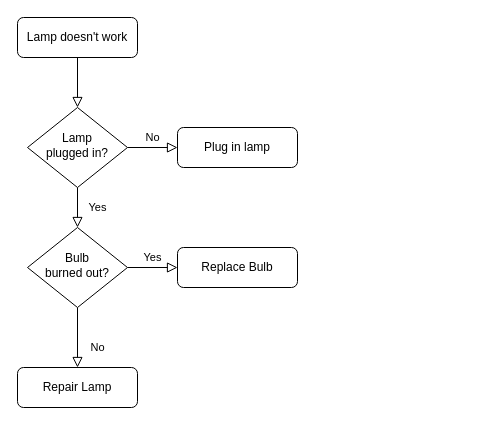
This is Untitled Diagram.drawio from AndreTooGood/shh-dont-touch, a draw.io file, before an edit. Source tidied: cells renumbered, new cells numbered last; positions are measured from the earlier drawing's top-left corner, leaving out a move shared by most shapes. Both pictures are drawn from the tidied source at 100%, with x=0, y=0 at pixel (17, 17).
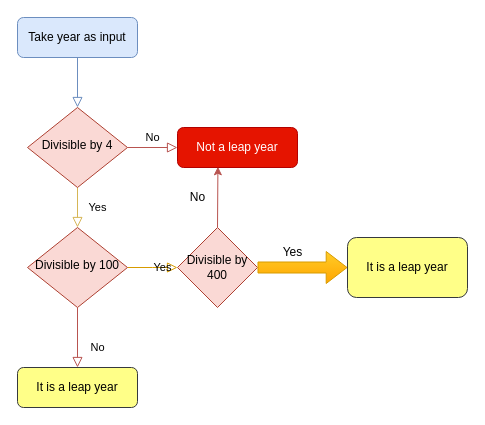
Above is the later version.

Change to the diagram source:
```diff
@@
 <mxGraphModel>
   <root>
     <mxCell id="0" />
     <mxCell id="1" parent="0" />
-    <mxCell id="2" style="rounded=0;html=1;jettySize=auto;fontSize=11;endArrow=block;endFill=0;endSize=8;strokeWidth=1;shadow=0;labelBackgroundColor=none;edgeStyle=orthogonalEdgeStyle;" parent="1" edge="1" source="3" target="6">
+    <mxCell id="2" style="rounded=0;html=1;jettySize=auto;fontSize=11;endArrow=block;endFill=0;endSize=8;strokeWidth=1;shadow=0;labelBackgroundColor=none;edgeStyle=orthogonalEdgeStyle;fillColor=#dae8fc;gradientColor=#7ea6e0;strokeColor=#6c8ebf;" parent="1" edge="1" source="3" target="6">
       <mxGeometry relative="1" as="geometry" />
     </mxCell>
-    <mxCell id="3" value="Lamp doesn't work" style="rounded=1;whiteSpace=wrap;html=1;fontSize=12;glass=0;strokeWidth=1;shadow=0;" parent="1" vertex="1">
+    <mxCell id="3" value="Take year as input" style="rounded=1;whiteSpace=wrap;html=1;fontSize=12;glass=0;strokeWidth=1;shadow=0;fillColor=#dae8fc;strokeColor=#6c8ebf;" parent="1" vertex="1">
       <mxGeometry width="120" height="40" as="geometry" />
     </mxCell>
-    <mxCell id="4" value="Yes" style="rounded=0;html=1;jettySize=auto;fontSize=11;endArrow=block;endFill=0;endSize=8;strokeWidth=1;shadow=0;labelBackgroundColor=none;edgeStyle=orthogonalEdgeStyle;" parent="1" edge="1" source="6" target="10">
+    <mxCell id="4" value="Yes" style="rounded=0;html=1;jettySize=auto;fontSize=11;endArrow=block;endFill=0;endSize=8;strokeWidth=1;shadow=0;labelBackgroundColor=none;edgeStyle=orthogonalEdgeStyle;fillColor=#fff2cc;gradientColor=#ffd966;strokeColor=#d6b656;" parent="1" edge="1" source="6" target="10">
       <mxGeometry y="20" relative="1" as="geometry" />
     </mxCell>
-    <mxCell id="5" value="No" style="edgeStyle=orthogonalEdgeStyle;rounded=0;html=1;jettySize=auto;fontSize=11;endArrow=block;endFill=0;endSize=8;strokeWidth=1;shadow=0;labelBackgroundColor=none;" parent="1" edge="1" source="6" target="7">
+    <mxCell id="5" value="No" style="edgeStyle=orthogonalEdgeStyle;rounded=0;html=1;jettySize=auto;fontSize=11;endArrow=block;endFill=0;endSize=8;strokeWidth=1;shadow=0;labelBackgroundColor=none;fillColor=#f8cecc;gradientColor=#ea6b66;strokeColor=#b85450;" parent="1" edge="1" source="6" target="7">
       <mxGeometry y="10" relative="1" as="geometry" />
     </mxCell>
-    <mxCell id="6" value="Lamp&lt;br&gt;plugged in?" style="rhombus;whiteSpace=wrap;html=1;shadow=0;fontFamily=Helvetica;fontSize=12;align=center;strokeWidth=1;spacing=6;spacingTop=-4;" parent="1" vertex="1">
+    <mxCell id="6" value="Divisible by 4" style="rhombus;whiteSpace=wrap;html=1;shadow=0;fontFamily=Helvetica;fontSize=12;align=center;strokeWidth=1;spacing=6;spacingTop=-4;fillColor=#fad9d5;strokeColor=#ae4132;" parent="1" vertex="1">
       <mxGeometry x="10" y="90" width="100" height="80" as="geometry" />
     </mxCell>
-    <mxCell id="7" value="Plug in lamp" style="rounded=1;whiteSpace=wrap;html=1;fontSize=12;glass=0;strokeWidth=1;shadow=0;" parent="1" vertex="1">
+    <mxCell id="7" value="Not a leap year" style="rounded=1;whiteSpace=wrap;html=1;fontSize=12;glass=0;strokeWidth=1;shadow=0;fillColor=#e51400;strokeColor=#B20000;fontColor=#ffffff;" parent="1" vertex="1">
       <mxGeometry x="160" y="110" width="120" height="40" as="geometry" />
     </mxCell>
-    <mxCell id="8" value="No" style="rounded=0;html=1;jettySize=auto;fontSize=11;endArrow=block;endFill=0;endSize=8;strokeWidth=1;shadow=0;labelBackgroundColor=none;edgeStyle=orthogonalEdgeStyle;" parent="1" edge="1" source="10" target="11">
+    <mxCell id="8" value="No" style="rounded=0;html=1;jettySize=auto;fontSize=11;endArrow=block;endFill=0;endSize=8;strokeWidth=1;shadow=0;labelBackgroundColor=none;edgeStyle=orthogonalEdgeStyle;fillColor=#f8cecc;gradientColor=#ea6b66;strokeColor=#b85450;" parent="1" edge="1" source="10" target="11">
       <mxGeometry x="0.33" y="20" relative="1" as="geometry" />
     </mxCell>
-    <mxCell id="9" value="Yes" style="edgeStyle=orthogonalEdgeStyle;rounded=0;html=1;jettySize=auto;fontSize=11;endArrow=block;endFill=0;endSize=8;strokeWidth=1;shadow=0;labelBackgroundColor=none;" parent="1" edge="1" source="10" target="12">
-      <mxGeometry y="10" relative="1" as="geometry" />
+    <mxCell id="9" value="Yes" style="edgeStyle=orthogonalEdgeStyle;rounded=0;html=1;jettySize=auto;fontSize=11;endArrow=block;endFill=0;endSize=8;strokeWidth=1;shadow=0;labelBackgroundColor=none;fillColor=#ffcd28;gradientColor=#ffa500;strokeColor=#d79b00;" parent="1" edge="1" source="10">
+      <mxGeometry y="10" relative="1" as="geometry">
+        <mxPoint x="160" y="250" as="targetPoint" />
+      </mxGeometry>
     </mxCell>
-    <mxCell id="10" value="Bulb&lt;br&gt;burned out?" style="rhombus;whiteSpace=wrap;html=1;shadow=0;fontFamily=Helvetica;fontSize=12;align=center;strokeWidth=1;spacing=6;spacingTop=-4;" parent="1" vertex="1">
+    <mxCell id="10" value="Divisible by 100" style="rhombus;whiteSpace=wrap;html=1;shadow=0;fontFamily=Helvetica;fontSize=12;align=center;strokeWidth=1;spacing=6;spacingTop=-4;fillColor=#fad9d5;strokeColor=#ae4132;" parent="1" vertex="1">
       <mxGeometry x="10" y="210" width="100" height="80" as="geometry" />
     </mxCell>
-    <mxCell id="11" value="Repair Lamp" style="rounded=1;whiteSpace=wrap;html=1;fontSize=12;glass=0;strokeWidth=1;shadow=0;" parent="1" vertex="1">
+    <mxCell id="11" value="It is a leap year" style="rounded=1;whiteSpace=wrap;html=1;fontSize=12;glass=0;strokeWidth=1;shadow=0;fillColor=#ffff88;strokeColor=#36393d;" parent="1" vertex="1">
       <mxGeometry y="350" width="120" height="40" as="geometry" />
     </mxCell>
-    <mxCell id="12" value="Replace Bulb" style="rounded=1;whiteSpace=wrap;html=1;fontSize=12;glass=0;strokeWidth=1;shadow=0;" parent="1" vertex="1">
-      <mxGeometry x="160" y="230" width="120" height="40" as="geometry" />
-    </mxCell>
+    <mxCell id="13" value="Divisible by 400" style="rhombus;whiteSpace=wrap;html=1;fillColor=#fad9d5;strokeColor=#ae4132;" parent="1" vertex="1">
+      <mxGeometry x="160" y="210" width="80" height="80" as="geometry" />
+    </mxCell>
+    <mxCell id="14" style="shape=flexArrow;endArrow=classic;html=1;rounded=0;width=11;endSize=6.6;exitX=1;exitY=0.5;exitDx=0;exitDy=0;fillColor=#ffcd28;gradientColor=#ffa500;strokeColor=#d79b00;" parent="1" edge="1" source="13">
+      <mxGeometry relative="1" as="geometry">
+        <mxPoint x="330" y="250" as="targetPoint" />
+      </mxGeometry>
+    </mxCell>
+    <mxCell id="15" value="It is a leap year" style="rounded=1;whiteSpace=wrap;html=1;fillColor=#ffff88;strokeColor=#36393d;" parent="1" vertex="1">
+      <mxGeometry x="330" y="220" width="120" height="60" as="geometry" />
+    </mxCell>
+    <mxCell id="16" value="Yes" style="text;html=1;align=center;verticalAlign=middle;strokeColor=none;fillColor=none;" parent="1" vertex="1">
+      <mxGeometry x="255" y="220" width="40" height="30" as="geometry" />
+    </mxCell>
+    <mxCell id="17" style="endArrow=classic;html=1;rounded=0;exitX=0.5;exitY=0;exitDx=0;exitDy=0;entryX=0.337;entryY=0.982;entryDx=0;entryDy=0;entryPerimeter=0;fillColor=#f8cecc;gradientColor=#ea6b66;strokeColor=#b85450;" parent="1" edge="1" source="13" target="7">
+      <mxGeometry relative="1" as="geometry" />
+    </mxCell>
+    <mxCell id="18" value="No" style="text;html=1;align=center;verticalAlign=middle;strokeColor=none;fillColor=none;" parent="1" vertex="1">
+      <mxGeometry x="160" y="165" width="40" height="30" as="geometry" />
+    </mxCell>
   </root>
 </mxGraphModel>
```
